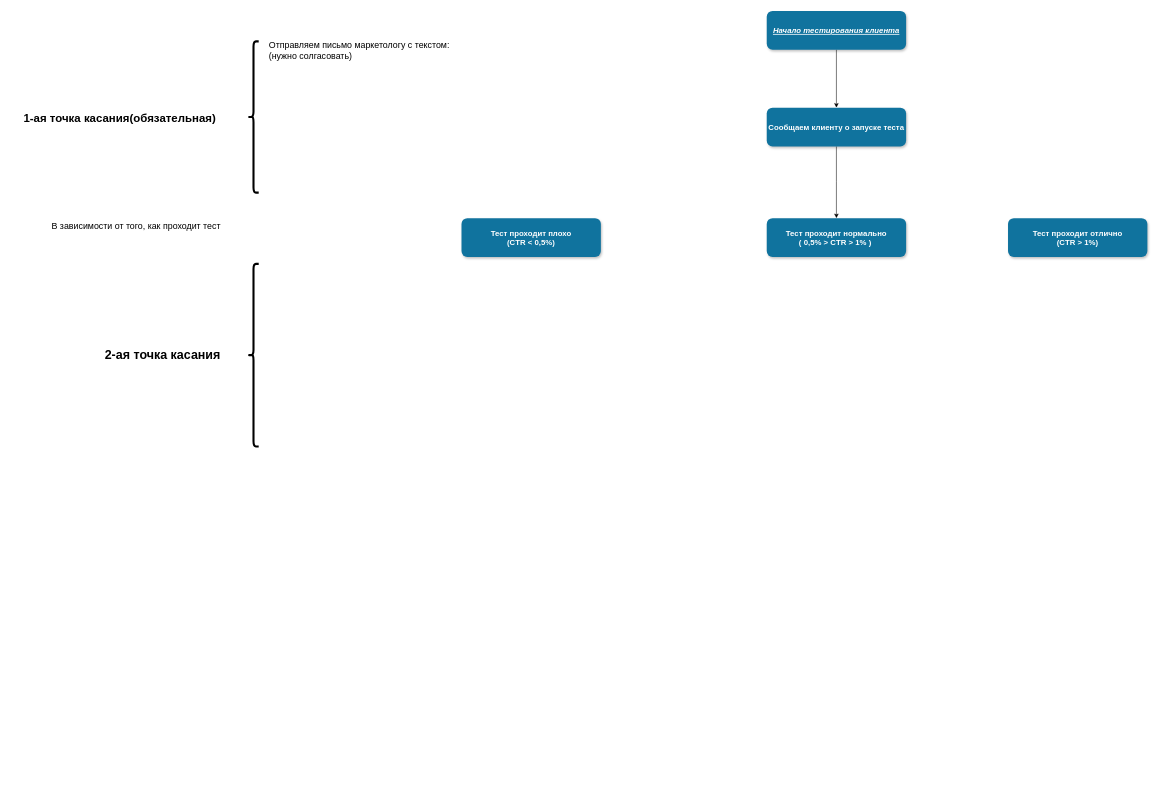
The draw.io diagram touch with clients.drawio in Xardas225/Smartpoint, before the edit. Source tidied: cells renumbered, new cells numbered last; positions are measured from the earlier drawing's top-left corner, leaving out a move shared by most shapes. Both pictures are drawn from the tidied source at 52%, with x=0, y=0 at pixel (9, 11).
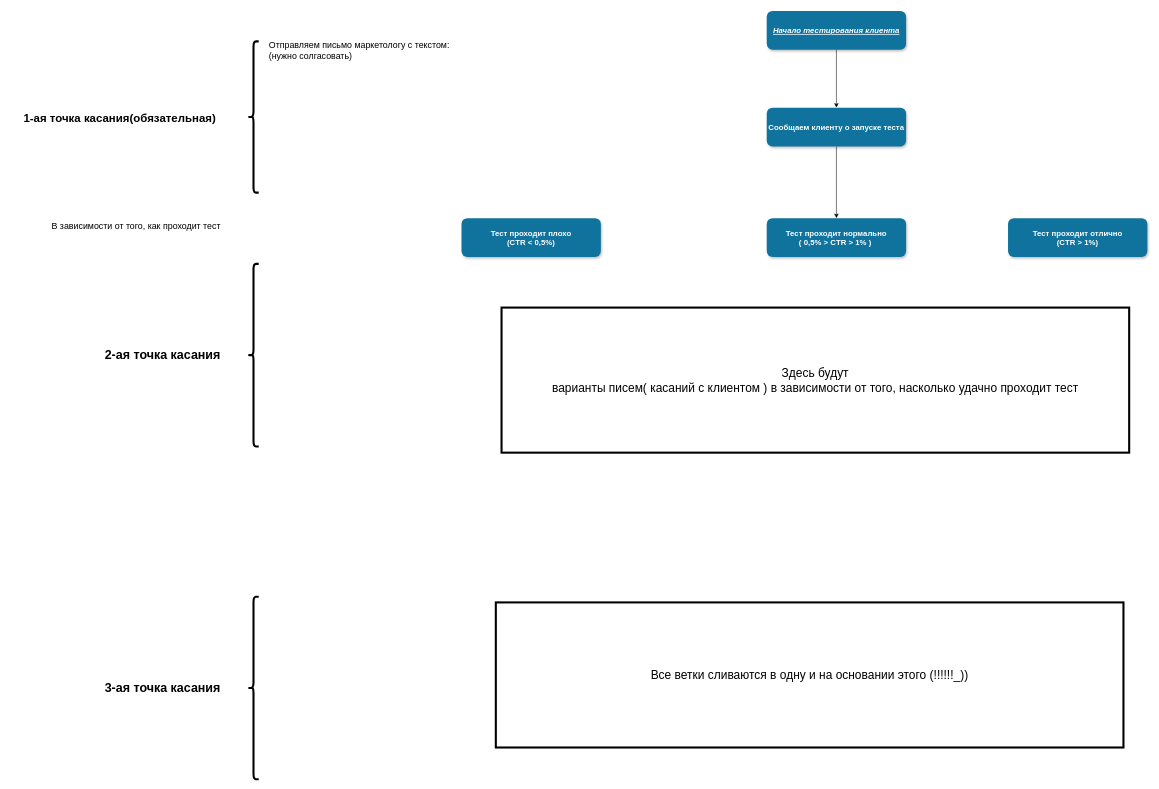
The same diagram, later.

The edit, as a diff of the source:
```diff
@@
+    <mxCell id="15" value="&lt;font style=&quot;font-size: 23px&quot;&gt;Здесь будут &lt;br&gt;варианты писем( касаний с клиентом ) в зависимости от того, насколько удачно проходит тест&lt;/font&gt;" style="whiteSpace=wrap;html=1;fontSize=17;strokeWidth=4;" parent="1" vertex="1">
+      <mxGeometry x="947" y="570" width="1207" height="279" as="geometry" />
+    </mxCell>
+    <mxCell id="16" style="shape=curlyBracket;whiteSpace=wrap;html=1;rounded=1;fontSize=15;fontStyle=1;strokeWidth=4;" parent="1" vertex="1">
+      <mxGeometry x="460" y="1126" width="20" height="351" as="geometry" />
+    </mxCell>
+    <mxCell id="17" value="3-ая точка касания" style="text;html=1;strokeColor=none;fillColor=none;align=center;verticalAlign=middle;whiteSpace=wrap;rounded=0;fontSize=24;fontStyle=1;" parent="1" vertex="1">
+      <mxGeometry x="165" y="1275.5" width="261" height="52" as="geometry" />
+    </mxCell>
+    <mxCell id="18" value="&lt;span style=&quot;font-size: 23px&quot;&gt;Все ветки сливаются в одну и на основании этого (!!!!!!_))&lt;/span&gt;" style="whiteSpace=wrap;html=1;fontSize=17;strokeWidth=4;" parent="1" vertex="1">
+      <mxGeometry x="936" y="1137" width="1207" height="279" as="geometry" />
+    </mxCell>
```
